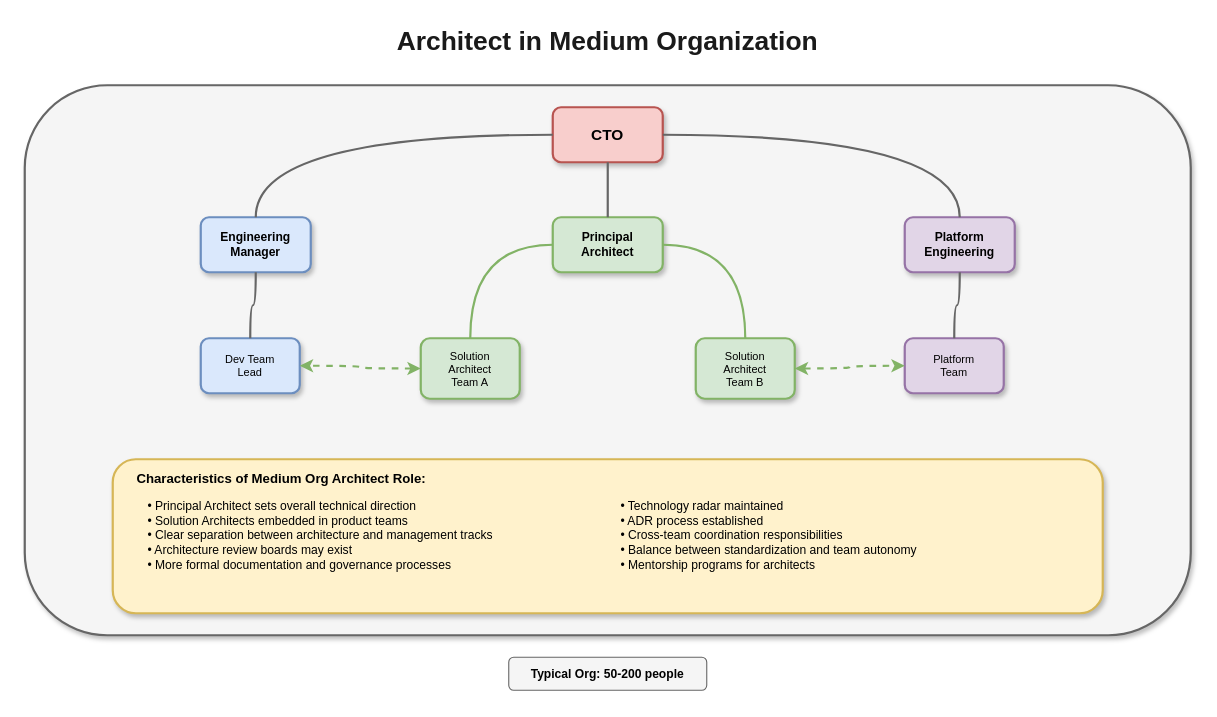
The draw.io diagram lesson-00-software-architect-overview/02-organizational-positioning/2.2-org-structure-medium.drawio in MrParkerZ7/document-lesson-software-architect-x-claude, before the edit. Source tidied: cells renumbered, new cells numbered last; positions are measured from the earlier drawing's top-left corner, leaving out a move shared by most shapes. Both pictures are drawn from the tidied source at 110%, with x=0, y=0 at pixel (24, 19).
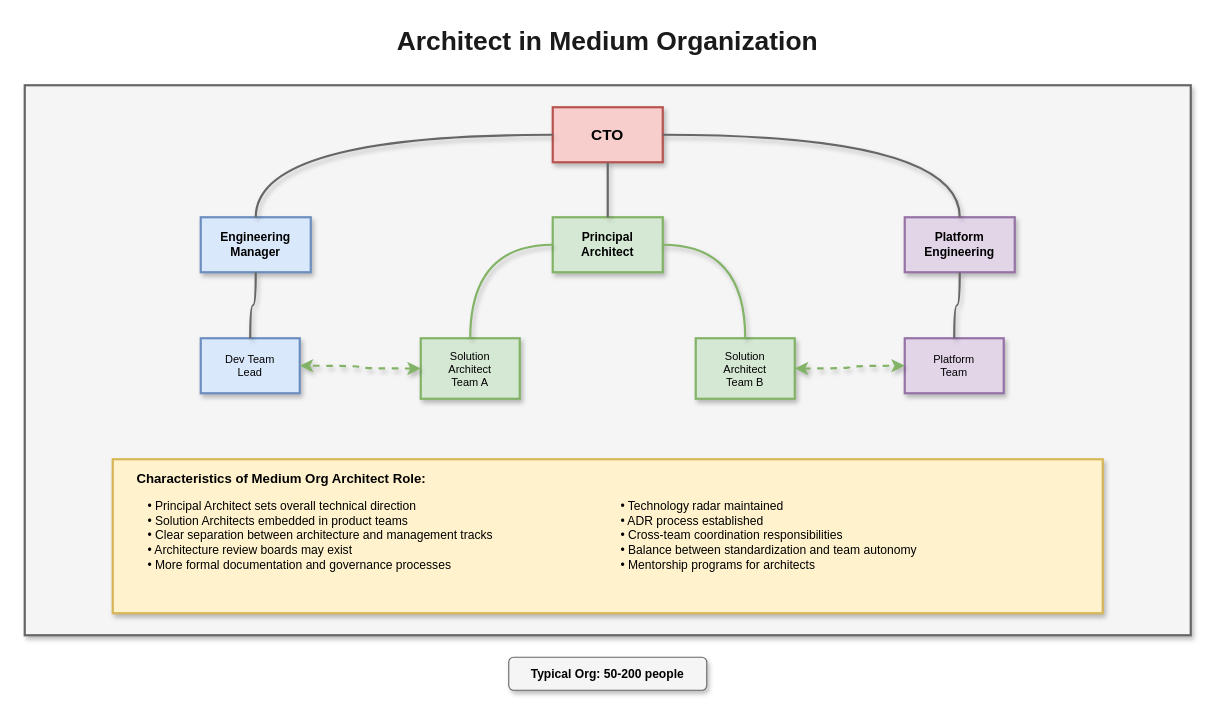
The same diagram, later.

Change to the diagram source:
```diff
@@
-    <mxCell id="3" style="rounded=1;whiteSpace=wrap;html=1;fillColor=#f5f5f5;strokeColor=#666666;strokeWidth=2;shadow=1;" parent="1" vertex="1">
+    <mxCell id="3" style="rounded=0;whiteSpace=wrap;html=1;fillColor=#f5f5f5;strokeColor=#666666;strokeWidth=2;shadow=1;" parent="1" vertex="1">
       <mxGeometry y="60" width="1060" height="500" as="geometry" />
     </mxCell>
-    <mxCell id="4" value="CTO" style="rounded=1;whiteSpace=wrap;html=1;fillColor=#f8cecc;strokeColor=#b85450;fontSize=14;fontStyle=1;shadow=1;strokeWidth=2;" parent="1" vertex="1">
+    <mxCell id="4" value="CTO" style="rounded=0;whiteSpace=wrap;html=1;fillColor=#f8cecc;strokeColor=#b85450;fontSize=14;fontStyle=1;shadow=1;strokeWidth=2;" parent="1" vertex="1">
       <mxGeometry x="480" y="80" width="100" height="50" as="geometry" />
     </mxCell>
-    <mxCell id="5" value="Engineering&#10;Manager" style="rounded=1;whiteSpace=wrap;html=1;fillColor=#dae8fc;strokeColor=#6c8ebf;fontSize=11;fontStyle=1;shadow=1;strokeWidth=2;" parent="1" vertex="1">
+    <mxCell id="5" value="Engineering&#10;Manager" style="rounded=0;whiteSpace=wrap;html=1;fillColor=#dae8fc;strokeColor=#6c8ebf;fontSize=11;fontStyle=1;shadow=1;strokeWidth=2;" parent="1" vertex="1">
       <mxGeometry x="160" y="180" width="100" height="50" as="geometry" />
     </mxCell>
-    <mxCell id="6" value="Principal&#10;Architect" style="rounded=1;whiteSpace=wrap;html=1;fillColor=#d5e8d4;strokeColor=#82b366;fontSize=11;fontStyle=1;shadow=1;strokeWidth=2;" parent="1" vertex="1">
+    <mxCell id="6" value="Principal&#10;Architect" style="rounded=0;whiteSpace=wrap;html=1;fillColor=#d5e8d4;strokeColor=#82b366;fontSize=11;fontStyle=1;shadow=1;strokeWidth=2;" parent="1" vertex="1">
       <mxGeometry x="480" y="180" width="100" height="50" as="geometry" />
     </mxCell>
-    <mxCell id="7" value="Platform&#10;Engineering" style="rounded=1;whiteSpace=wrap;html=1;fillColor=#e1d5e7;strokeColor=#9673a6;fontSize=11;fontStyle=1;shadow=1;strokeWidth=2;" parent="1" vertex="1">
+    <mxCell id="7" value="Platform&#10;Engineering" style="rounded=0;whiteSpace=wrap;html=1;fillColor=#e1d5e7;strokeColor=#9673a6;fontSize=11;fontStyle=1;shadow=1;strokeWidth=2;" parent="1" vertex="1">
       <mxGeometry x="800" y="180" width="100" height="50" as="geometry" />
     </mxCell>
-    <mxCell id="8" style="edgeStyle=orthogonalEdgeStyle;curved=1;rounded=1;html=1;strokeColor=#666666;strokeWidth=2;endArrow=none;jumpStyle=arc;jumpSize=10;" parent="1" edge="1" source="4" target="5">
+    <mxCell id="8" style="edgeStyle=orthogonalEdgeStyle;curved=1;rounded=0;html=1;strokeColor=#666666;strokeWidth=2;endArrow=none;jumpStyle=arc;jumpSize=10;shadow=1;flowAnimation=1;" parent="1" edge="1" source="4" target="5">
       <mxGeometry relative="1" as="geometry" />
     </mxCell>
-    <mxCell id="9" style="edgeStyle=orthogonalEdgeStyle;curved=1;rounded=1;html=1;strokeColor=#666666;strokeWidth=2;endArrow=none;jumpStyle=arc;jumpSize=10;" parent="1" edge="1" source="4" target="6">
+    <mxCell id="9" style="edgeStyle=orthogonalEdgeStyle;curved=1;rounded=0;html=1;strokeColor=#666666;strokeWidth=2;endArrow=none;jumpStyle=arc;jumpSize=10;shadow=1;flowAnimation=1;" parent="1" edge="1" source="4" target="6">
       <mxGeometry relative="1" as="geometry" />
     </mxCell>
-    <mxCell id="10" style="edgeStyle=orthogonalEdgeStyle;curved=1;rounded=1;html=1;strokeColor=#666666;strokeWidth=2;endArrow=none;jumpStyle=arc;jumpSize=10;" parent="1" edge="1" source="4" target="7">
+    <mxCell id="10" style="edgeStyle=orthogonalEdgeStyle;curved=1;rounded=0;html=1;strokeColor=#666666;strokeWidth=2;endArrow=none;jumpStyle=arc;jumpSize=10;shadow=1;flowAnimation=1;" parent="1" edge="1" source="4" target="7">
       <mxGeometry relative="1" as="geometry" />
     </mxCell>
-    <mxCell id="11" value="Solution&#10;Architect&#10;Team A" style="rounded=1;whiteSpace=wrap;html=1;fillColor=#d5e8d4;strokeColor=#82b366;fontSize=10;shadow=1;strokeWidth=2;" parent="1" vertex="1">
+    <mxCell id="11" value="Solution&#10;Architect&#10;Team A" style="rounded=0;whiteSpace=wrap;html=1;fillColor=#d5e8d4;strokeColor=#82b366;fontSize=10;shadow=1;strokeWidth=2;" parent="1" vertex="1">
       <mxGeometry x="360" y="290" width="90" height="55" as="geometry" />
     </mxCell>
-    <mxCell id="12" value="Solution&#10;Architect&#10;Team B" style="rounded=1;whiteSpace=wrap;html=1;fillColor=#d5e8d4;strokeColor=#82b366;fontSize=10;shadow=1;strokeWidth=2;" parent="1" vertex="1">
+    <mxCell id="12" value="Solution&#10;Architect&#10;Team B" style="rounded=0;whiteSpace=wrap;html=1;fillColor=#d5e8d4;strokeColor=#82b366;fontSize=10;shadow=1;strokeWidth=2;" parent="1" vertex="1">
       <mxGeometry x="610" y="290" width="90" height="55" as="geometry" />
     </mxCell>
-    <mxCell id="13" style="edgeStyle=orthogonalEdgeStyle;curved=1;rounded=1;html=1;strokeColor=#82b366;strokeWidth=2;endArrow=none;jumpStyle=arc;jumpSize=10;" parent="1" edge="1" source="6" target="11">
+    <mxCell id="13" style="edgeStyle=orthogonalEdgeStyle;curved=1;rounded=0;html=1;strokeColor=#82b366;strokeWidth=2;endArrow=none;jumpStyle=arc;jumpSize=10;shadow=1;flowAnimation=1;" parent="1" edge="1" source="6" target="11">
       <mxGeometry relative="1" as="geometry" />
     </mxCell>
-    <mxCell id="14" style="edgeStyle=orthogonalEdgeStyle;curved=1;rounded=1;html=1;strokeColor=#82b366;strokeWidth=2;endArrow=none;jumpStyle=arc;jumpSize=10;" parent="1" edge="1" source="6" target="12">
+    <mxCell id="14" style="edgeStyle=orthogonalEdgeStyle;curved=1;rounded=0;html=1;strokeColor=#82b366;strokeWidth=2;endArrow=none;jumpStyle=arc;jumpSize=10;shadow=1;flowAnimation=1;" parent="1" edge="1" source="6" target="12">
       <mxGeometry relative="1" as="geometry" />
     </mxCell>
-    <mxCell id="15" value="Dev Team&#10;Lead" style="rounded=1;whiteSpace=wrap;html=1;fillColor=#dae8fc;strokeColor=#6c8ebf;fontSize=10;shadow=1;strokeWidth=2;" parent="1" vertex="1">
+    <mxCell id="15" value="Dev Team&#10;Lead" style="rounded=0;whiteSpace=wrap;html=1;fillColor=#dae8fc;strokeColor=#6c8ebf;fontSize=10;shadow=1;strokeWidth=2;" parent="1" vertex="1">
       <mxGeometry x="160" y="290" width="90" height="50" as="geometry" />
     </mxCell>
-    <mxCell id="16" style="edgeStyle=orthogonalEdgeStyle;curved=1;rounded=1;html=1;strokeColor=#666666;strokeWidth=2;endArrow=none;jumpStyle=arc;jumpSize=10;" parent="1" edge="1" source="5" target="15">
+    <mxCell id="16" style="edgeStyle=orthogonalEdgeStyle;curved=1;rounded=0;html=1;strokeColor=#666666;strokeWidth=2;endArrow=none;jumpStyle=arc;jumpSize=10;shadow=1;flowAnimation=1;" parent="1" edge="1" source="5" target="15">
       <mxGeometry relative="1" as="geometry" />
     </mxCell>
-    <mxCell id="17" value="Platform&#10;Team" style="rounded=1;whiteSpace=wrap;html=1;fillColor=#e1d5e7;strokeColor=#9673a6;fontSize=10;shadow=1;strokeWidth=2;" parent="1" vertex="1">
+    <mxCell id="17" value="Platform&#10;Team" style="rounded=0;whiteSpace=wrap;html=1;fillColor=#e1d5e7;strokeColor=#9673a6;fontSize=10;shadow=1;strokeWidth=2;" parent="1" vertex="1">
       <mxGeometry x="800" y="290" width="90" height="50" as="geometry" />
     </mxCell>
-    <mxCell id="18" style="edgeStyle=orthogonalEdgeStyle;curved=1;rounded=1;html=1;strokeColor=#666666;strokeWidth=2;endArrow=none;jumpStyle=arc;jumpSize=10;" parent="1" edge="1" source="7" target="17">
+    <mxCell id="18" style="edgeStyle=orthogonalEdgeStyle;curved=1;rounded=0;html=1;strokeColor=#666666;strokeWidth=2;endArrow=none;jumpStyle=arc;jumpSize=10;shadow=1;flowAnimation=1;" parent="1" edge="1" source="7" target="17">
       <mxGeometry relative="1" as="geometry" />
     </mxCell>
-    <mxCell id="19" style="edgeStyle=orthogonalEdgeStyle;curved=1;rounded=1;html=1;strokeColor=#82b366;strokeWidth=2;dashed=1;endArrow=classic;endFill=1;startArrow=classic;startFill=1;jumpStyle=arc;jumpSize=10;" parent="1" edge="1" source="11" target="15">
+    <mxCell id="19" style="edgeStyle=orthogonalEdgeStyle;curved=1;rounded=0;html=1;strokeColor=#82b366;strokeWidth=2;dashed=1;endArrow=classic;endFill=1;startArrow=classic;startFill=1;jumpStyle=arc;jumpSize=10;shadow=1;flowAnimation=1;" parent="1" edge="1" source="11" target="15">
       <mxGeometry relative="1" as="geometry" />
     </mxCell>
-    <mxCell id="20" style="edgeStyle=orthogonalEdgeStyle;curved=1;rounded=1;html=1;strokeColor=#82b366;strokeWidth=2;dashed=1;endArrow=classic;endFill=1;startArrow=classic;startFill=1;jumpStyle=arc;jumpSize=10;" parent="1" edge="1" source="12" target="17">
+    <mxCell id="20" style="edgeStyle=orthogonalEdgeStyle;curved=1;rounded=0;html=1;strokeColor=#82b366;strokeWidth=2;dashed=1;endArrow=classic;endFill=1;startArrow=classic;startFill=1;jumpStyle=arc;jumpSize=10;shadow=1;flowAnimation=1;" parent="1" edge="1" source="12" target="17">
       <mxGeometry relative="1" as="geometry" />
     </mxCell>
-    <mxCell id="21" style="rounded=1;whiteSpace=wrap;html=1;fillColor=#fff2cc;strokeColor=#d6b656;strokeWidth=2;shadow=1;" parent="1" vertex="1">
+    <mxCell id="21" style="rounded=0;whiteSpace=wrap;html=1;fillColor=#fff2cc;strokeColor=#d6b656;strokeWidth=2;shadow=1;" parent="1" vertex="1">
       <mxGeometry x="80" y="400" width="900" height="140" as="geometry" />
     </mxCell>
@@
-    <mxCell id="25" value="Typical Org: 50-200 people" style="text;html=1;strokeColor=#666666;fillColor=#f5f5f5;align=center;verticalAlign=middle;whiteSpace=wrap;rounded=1;fontSize=11;fontStyle=1;" parent="1" vertex="1">
+    <mxCell id="25" value="Typical Org: 50-200 people" style="text;html=1;strokeColor=#666666;fillColor=#f5f5f5;align=center;verticalAlign=middle;whiteSpace=wrap;rounded=1;fontSize=11;fontStyle=1;shadow=1;" parent="1" vertex="1">
       <mxGeometry x="440" y="580" width="180" height="30" as="geometry" />
     </mxCell>
```
